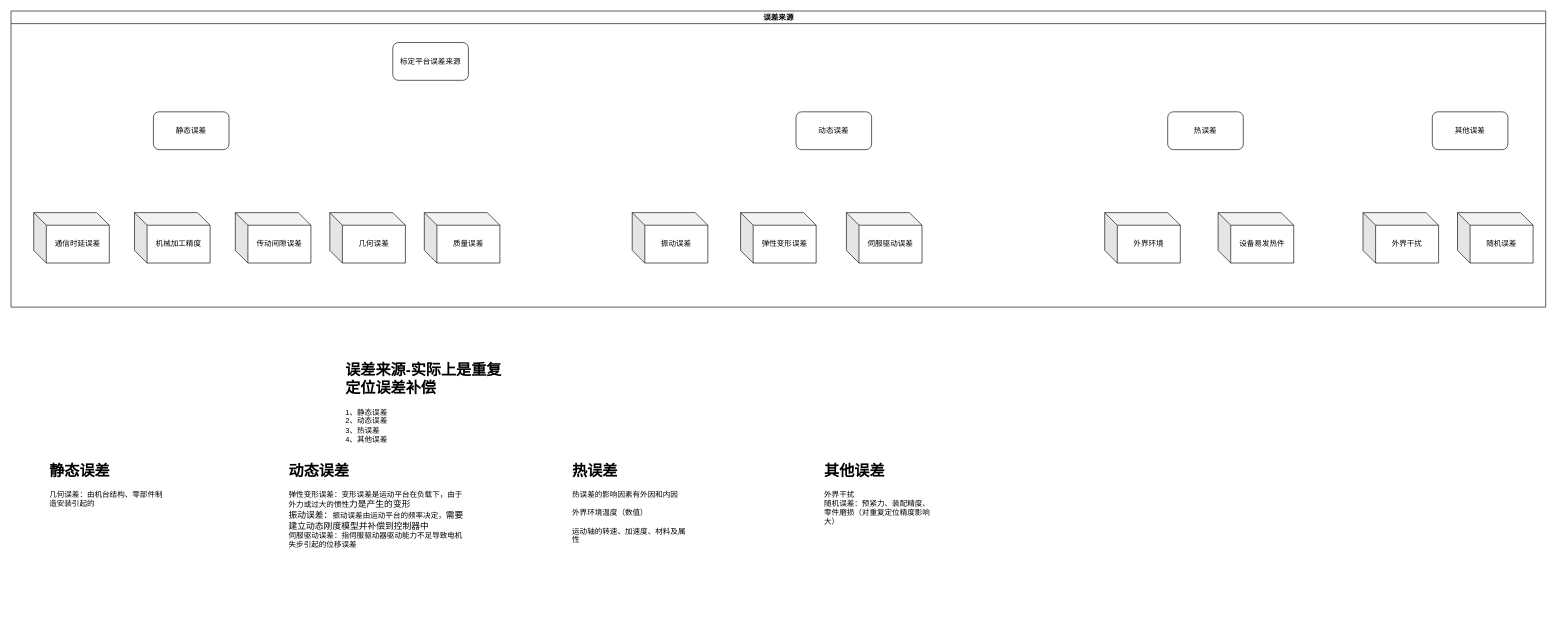
Above: 误差来源.drawio in wjaswdd/draw.io (draw.io), before the change. Source tidied: cells renumbered, new cells numbered last; positions are measured from the earlier drawing's top-left corner, leaving out a move shared by most shapes. Both pictures are drawn from the tidied source at 63%, with x=0, y=0 at pixel (11, 11).
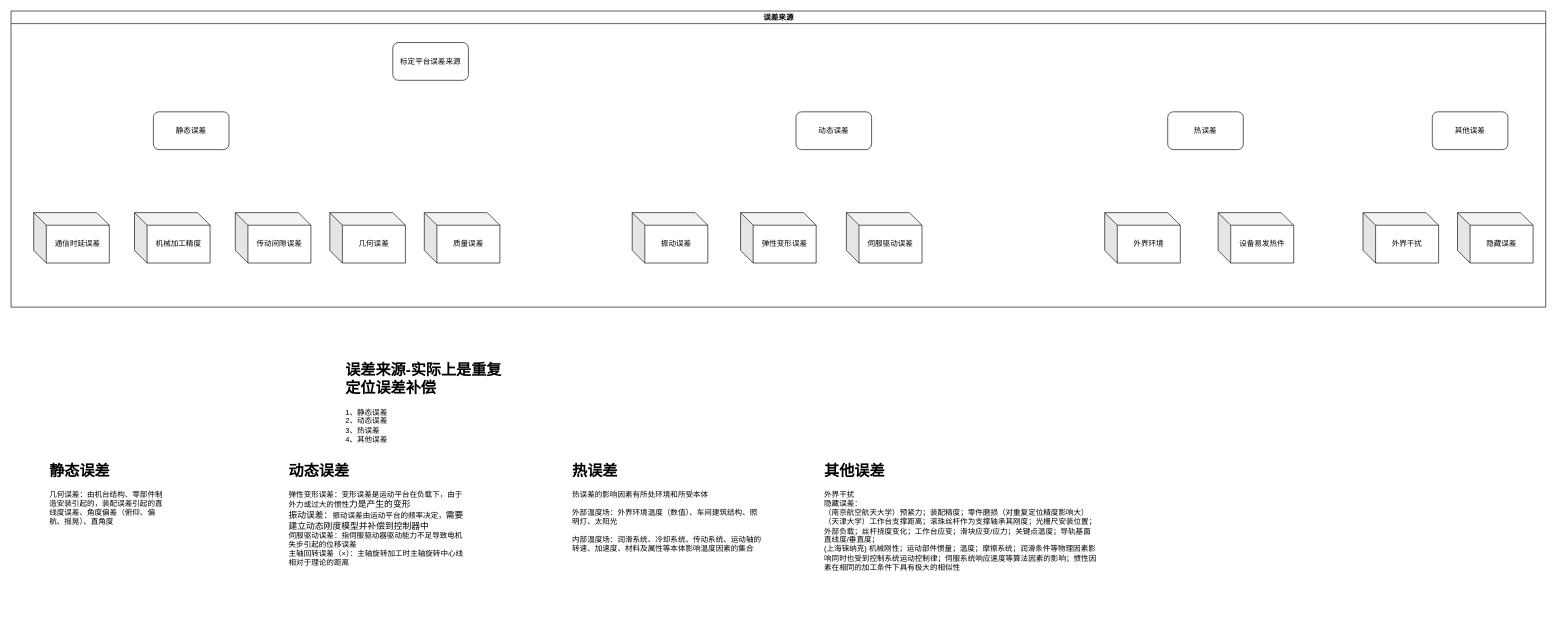
The same diagram, later.

Commit message:
更新误差来源.drawio

Unchanged cells that the change refers to:
```xml
<mxCell id="2" value="误差来源" style="swimlane;html=1;startSize=20;horizontal=1;containerType=tree;glass=0;" parent="1" vertex="1">
  <mxGeometry width="2436" height="470" as="geometry" />
</mxCell>
```

What changed in the source:
```diff
@@
-    <mxCell id="15" value="随机误差" style="shape=cube;whiteSpace=wrap;html=1;boundedLbl=1;backgroundOutline=1;darkOpacity=0.05;darkOpacity2=0.1;" parent="2" vertex="1">
+    <mxCell id="15" value="隐藏误差" style="shape=cube;whiteSpace=wrap;html=1;boundedLbl=1;backgroundOutline=1;darkOpacity=0.05;darkOpacity2=0.1;" parent="2" vertex="1">
       <mxGeometry x="2296" y="320" width="120" height="80" as="geometry" />
     </mxCell>
@@
-    <mxCell id="21" value="&lt;h1&gt;热误差&lt;/h1&gt;&lt;div&gt;热误差的影响因素有外因和内因&lt;/div&gt;&lt;div&gt;&lt;br&gt;&lt;/div&gt;&lt;div&gt;外界环境温度（数值）&lt;/div&gt;&lt;div&gt;&lt;br&gt;&lt;/div&gt;&lt;div&gt;运动轴的转速、加速度、材料及属性&lt;/div&gt;&lt;div&gt;&lt;br&gt;&lt;/div&gt;" style="text;html=1;strokeColor=none;fillColor=none;spacing=5;spacingTop=-20;whiteSpace=wrap;overflow=hidden;rounded=0;" parent="1" vertex="1">
-      <mxGeometry x="886" y="710" width="190" height="150" as="geometry" />
+    <mxCell id="21" value="&lt;h1&gt;热误差&lt;/h1&gt;&lt;div&gt;热误差的影响因素有所处环境和所受本体&lt;/div&gt;&lt;div&gt;&lt;br&gt;&lt;/div&gt;&lt;div&gt;外部温度场：外界环境温度（数值）、车间建筑结构、照明灯、太阳光&lt;/div&gt;&lt;div&gt;&lt;br&gt;&lt;/div&gt;&lt;div&gt;内部温度场：润滑系统、冷却系统、传动系统、运动轴的转速、加速度、材料及属性等本体影响温度因素的集合&lt;/div&gt;&lt;div&gt;&lt;br&gt;&lt;/div&gt;" style="text;html=1;strokeColor=none;fillColor=none;spacing=5;spacingTop=-20;whiteSpace=wrap;overflow=hidden;rounded=0;" parent="1" vertex="1">
+      <mxGeometry x="886" y="710" width="310" height="240" as="geometry" />
     </mxCell>
-    <mxCell id="22" value="&lt;h1&gt;静态误差&lt;/h1&gt;&lt;div&gt;几何误差：由机台结构、零部件制造安装引起的&lt;/div&gt;" style="text;html=1;strokeColor=none;fillColor=none;spacing=5;spacingTop=-20;whiteSpace=wrap;overflow=hidden;rounded=0;" parent="1" vertex="1">
+    <mxCell id="22" value="&lt;h1&gt;静态误差&lt;/h1&gt;&lt;div&gt;几何误差：由机台结构、零部件制造安装引起的，装配误差引起的直线度误差、角度偏差（俯仰、偏航、摇晃）、直角度&lt;/div&gt;" style="text;html=1;strokeColor=none;fillColor=none;spacing=5;spacingTop=-20;whiteSpace=wrap;overflow=hidden;rounded=0;" parent="1" vertex="1">
       <mxGeometry x="56" y="710" width="190" height="150" as="geometry" />
     </mxCell>
-    <mxCell id="23" value="&lt;h1&gt;其他误差&lt;/h1&gt;&lt;div&gt;外界干扰&lt;/div&gt;&lt;div&gt;随机误差：预紧力、装配精度、&lt;/div&gt;零件磨损&lt;span style=&quot;background-color: initial;&quot;&gt;（对重复定位精度影响大）&lt;/span&gt;" style="text;html=1;strokeColor=none;fillColor=none;spacing=5;spacingTop=-20;whiteSpace=wrap;overflow=hidden;rounded=0;" parent="1" vertex="1">
-      <mxGeometry x="1286" y="710" width="190" height="150" as="geometry" />
+    <mxCell id="23" value="&lt;h1&gt;其他误差&lt;/h1&gt;&lt;div&gt;外界干扰&lt;/div&gt;&lt;div&gt;隐藏误差：&lt;/div&gt;（南京航空航天大学）&lt;span style=&quot;background-color: initial;&quot;&gt;预紧力；装配精度；零&lt;/span&gt;件磨损（对重复定位精度影响大）&lt;br&gt;（天津大学）工作台支撑距离；滚珠丝杆作为支撑轴承其刚度；光栅尺安装位置；外部负载；丝杆挠度变化；工作台应变；滑块应变/应力；关键点温度；导轨基面直线度/垂直度；&lt;br&gt;(上海铼纳克) 机械刚性；运动部件惯量；温度；摩擦系统；润滑条件等物理因素影响同时也受到控制系统运动控制律；伺服系统响应速度等算法因素的影响；惯性因素在相同的加工条件下具有极大的相似性" style="text;html=1;strokeColor=none;fillColor=none;spacing=5;spacingTop=-20;whiteSpace=wrap;overflow=hidden;rounded=0;" parent="1" vertex="1">
+      <mxGeometry x="1286" y="710" width="440" height="240" as="geometry" />
     </mxCell>
-    <mxCell id="24" value="&lt;h1&gt;动态误差&lt;/h1&gt;&lt;div&gt;弹性变形误差：变形误差是运动平台在负载下，由于外力或过大的惯性&lt;span style=&quot;font-family: 宋体; font-size: 10.45pt; background-color: initial;&quot;&gt;力是产生的变形&lt;/span&gt;&lt;/div&gt;&lt;div&gt;&lt;span style=&quot;font-family: 宋体; font-size: 10.45pt; background-color: initial;&quot;&gt;振动误差：&lt;/span&gt;振动误差由运动平台的频率决定，&lt;span style=&quot;font-family: 宋体; font-size: 10.45pt; background-color: initial;&quot;&gt;需要建立动态刚度模型并补偿到控制器中&lt;/span&gt;&lt;/div&gt;&lt;div&gt;&lt;div&gt;伺服驱动误差：指伺服驱动器驱动能力不足导致电机失步引起的位移误差&lt;/div&gt;&lt;/div&gt;" style="text;html=1;strokeColor=none;fillColor=none;spacing=5;spacingTop=-20;whiteSpace=wrap;overflow=hidden;rounded=0;" parent="1" vertex="1">
+    <mxCell id="24" value="&lt;h1&gt;动态误差&lt;/h1&gt;&lt;div&gt;弹性变形误差：变形误差是运动平台在负载下，由于外力或过大的惯性&lt;span style=&quot;font-family: 宋体; font-size: 10.45pt; background-color: initial;&quot;&gt;力是产生的变形&lt;/span&gt;&lt;/div&gt;&lt;div&gt;&lt;span style=&quot;font-family: 宋体; font-size: 10.45pt; background-color: initial;&quot;&gt;振动误差：&lt;/span&gt;振动误差由运动平台的频率决定，&lt;span style=&quot;font-family: 宋体; font-size: 10.45pt; background-color: initial;&quot;&gt;需要建立动态刚度模型并补偿到控制器中&lt;/span&gt;&lt;/div&gt;&lt;div&gt;&lt;div&gt;伺服驱动误差：指伺服驱动器驱动能力不足导致电机失步引起的位移误差&lt;/div&gt;&lt;/div&gt;&lt;div&gt;主轴回转误差（×）：主轴旋转加工时主轴旋转中心线相对于理论的距离&lt;/div&gt;" style="text;html=1;strokeColor=none;fillColor=none;spacing=5;spacingTop=-20;whiteSpace=wrap;overflow=hidden;rounded=0;" parent="1" vertex="1">
       <mxGeometry x="436" y="710" width="290" height="190" as="geometry" />
     </mxCell>
```
